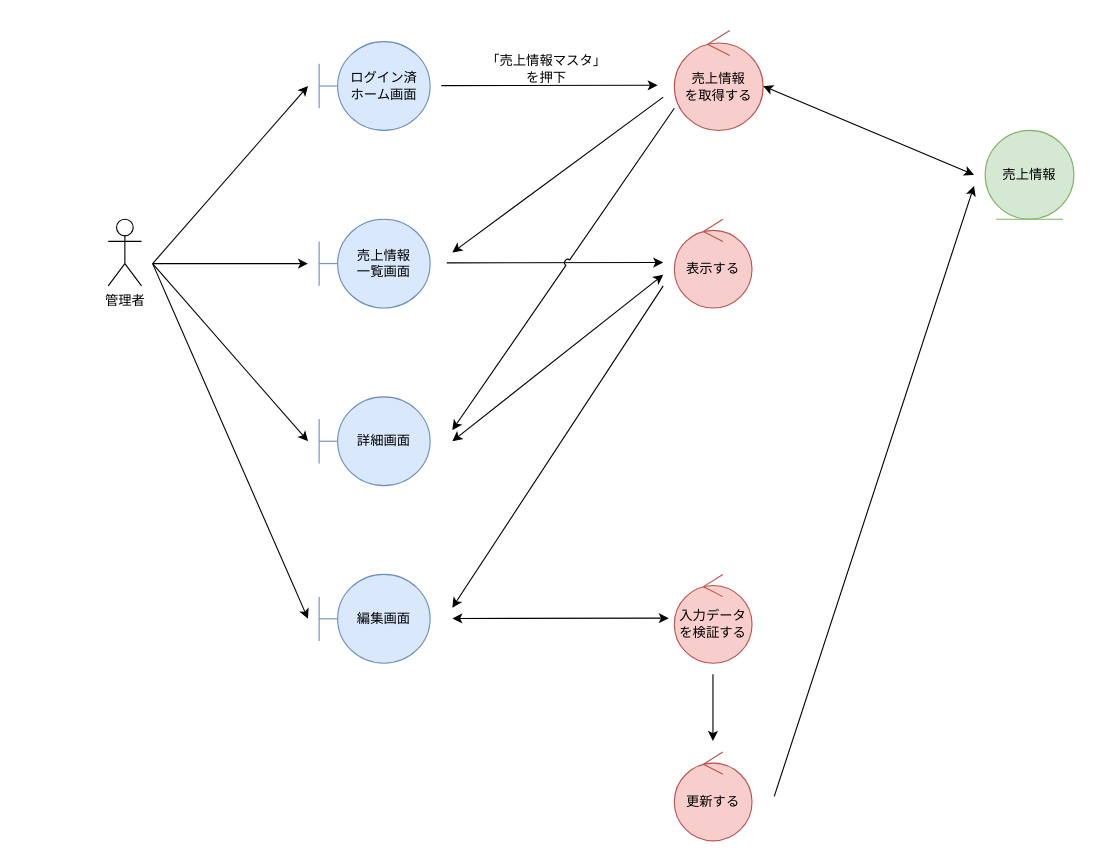
Above: page "*売上情報管理_編集" (2 of 3) of 各種設計書/3ロバストネス図/マスタ管理/6.売上情報マスタ.drawio in HaruShim/Sotuken (draw.io), before the change. Source tidied: cells renumbered, new cells numbered last; positions are measured from the earlier drawing's top-left corner, leaving out a move shared by most shapes. Both pictures are drawn from the tidied source at 111%, with x=0, y=0 at pixel (108, 30).
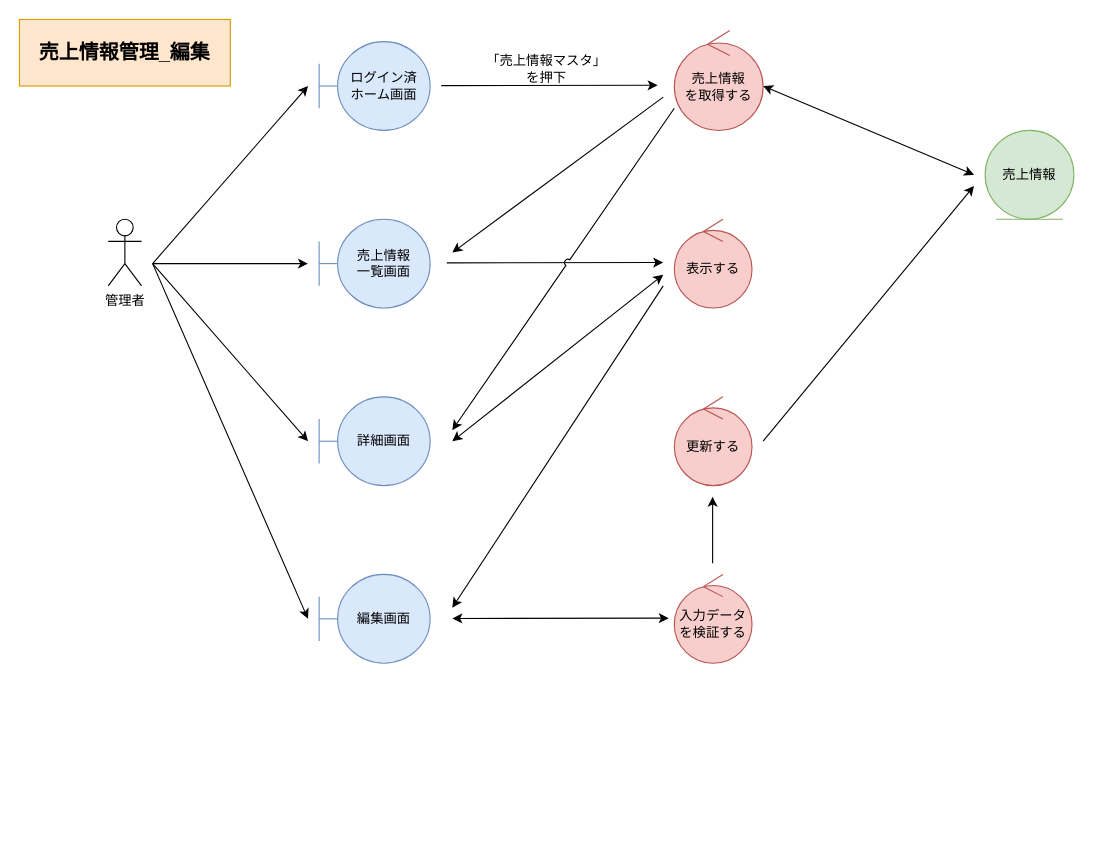
Above is the later version.

What changed in the source:
```diff
@@
     <mxCell id="22" value="更新する" style="ellipse;shape=umlControl;whiteSpace=wrap;html=1;fillColor=#f8cecc;strokeColor=#b85450;" parent="1" vertex="1">
-      <mxGeometry x="510" y="650" width="70" height="80" as="geometry" />
+      <mxGeometry x="510" y="330" width="70" height="80" as="geometry" />
     </mxCell>
@@
     <mxCell id="24" style="endArrow=classic;html=1;rounded=0;" parent="1" edge="1">
       <mxGeometry relative="1" as="geometry">
-        <mxPoint x="544.8" y="580" as="sourcePoint" />
-        <mxPoint x="544.8" y="640" as="targetPoint" />
+        <mxPoint x="544.5" y="480" as="sourcePoint" />
+        <mxPoint x="544.5" y="420" as="targetPoint" />
       </mxGeometry>
     </mxCell>
     <mxCell id="25" style="endArrow=classic;html=1;rounded=0;" parent="1" edge="1">
       <mxGeometry relative="1" as="geometry">
-        <mxPoint x="600" y="690" as="sourcePoint" />
+        <mxPoint x="590" y="370" as="sourcePoint" />
         <mxPoint x="780" y="140" as="targetPoint" />
       </mxGeometry>
     </mxCell>
@@
+    <mxCell id="27" value="売上情報管理_編集" style="rounded=0;whiteSpace=wrap;html=1;fillColor=#ffe6cc;strokeColor=#d79b00;fontStyle=1;fontSize=18;" parent="1" vertex="1">
+      <mxGeometry x="-80" y="-10" width="190" height="60" as="geometry" />
+    </mxCell>
```
